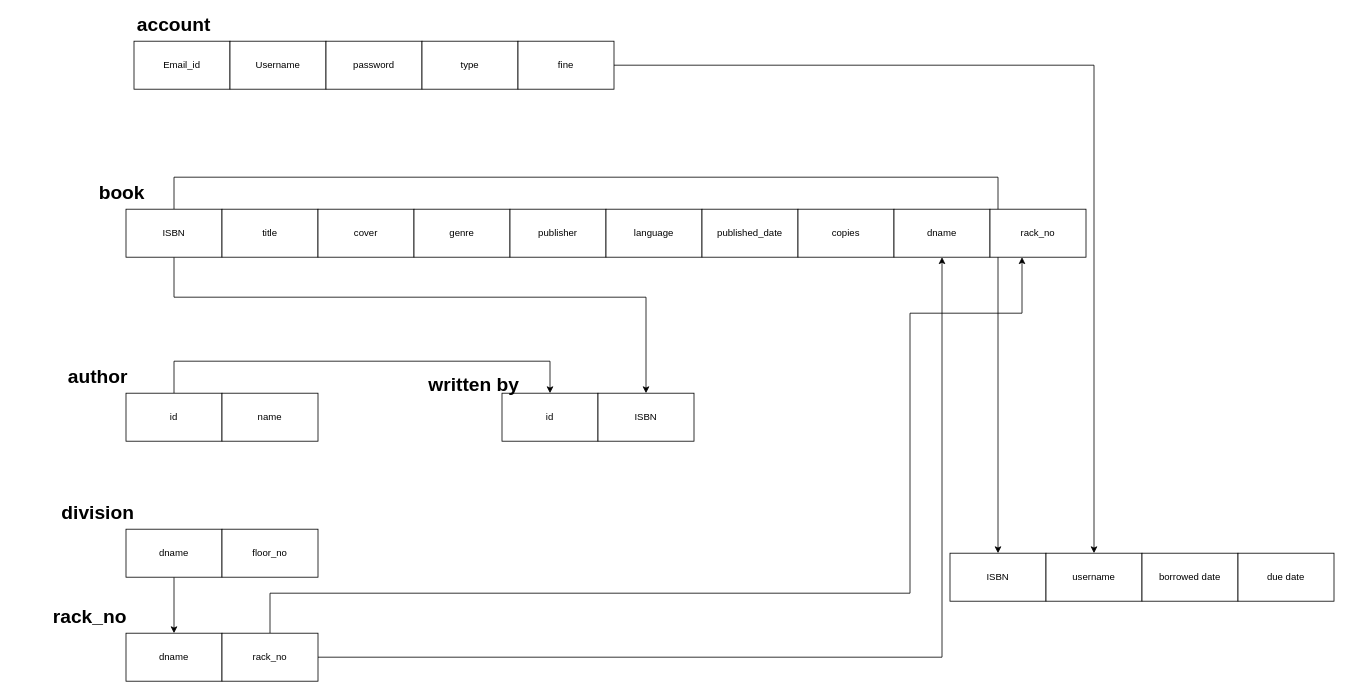
MuhammadIrfan92/Database-Engineering-Semester-7 keeps this draw.io diagram as RS.drawio. Above is the earlier version. Source tidied: cells renumbered, new cells numbered last; positions are measured from the earlier drawing's top-left corner, leaving out a move shared by most shapes. Both pictures are drawn from the tidied source at 80%, with x=0, y=0 at pixel (14, 17).
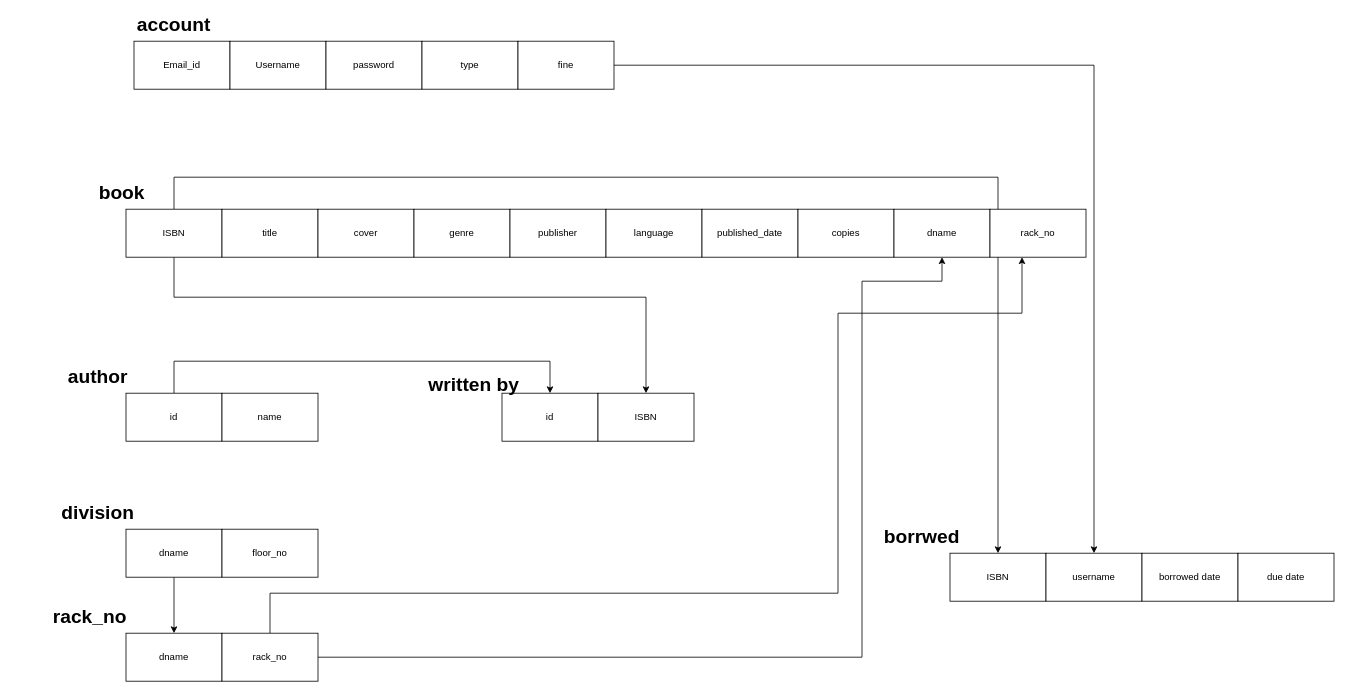
After the change.

Unchanged cells that the change refers to:
```xml
<mxCell id="25" value="dname" style="rounded=0;whiteSpace=wrap;html=1;" parent="1" vertex="1">
  <mxGeometry x="140" y="770" width="120" height="60" as="geometry" />
</mxCell>
<mxCell id="27" value="rack_no" style="rounded=0;whiteSpace=wrap;html=1;" parent="1" vertex="1">
  <mxGeometry x="260" y="770" width="120" height="60" as="geometry" />
</mxCell>
<mxCell id="30" value="dname" style="rounded=0;whiteSpace=wrap;html=1;" parent="1" vertex="1">
  <mxGeometry x="1100" y="240" width="120" height="60" as="geometry" />
</mxCell>
```

Change to the diagram source:
```diff
@@
     <mxCell id="24" style="edgeStyle=orthogonalEdgeStyle;rounded=0;jettySize=auto;html=1;" parent="1" edge="1" source="25" target="30">
-      <mxGeometry relative="1" as="geometry" />
+      <mxGeometry relative="1" as="geometry">
+        <Array as="points">
+          <mxPoint x="1060" y="800" />
+          <mxPoint x="1060" y="330" />
+          <mxPoint x="1160" y="330" />
+        </Array>
+      </mxGeometry>
     </mxCell>
@@
     <mxCell id="26" style="edgeStyle=orthogonalEdgeStyle;rounded=0;jettySize=auto;html=1;" parent="1" edge="1" source="27">
       <mxGeometry relative="1" as="geometry">
         <mxPoint x="1260" y="300" as="targetPoint" />
         <Array as="points">
           <mxPoint x="320" y="720" />
-          <mxPoint x="1120" y="720" />
-          <mxPoint x="1120" y="370" />
+          <mxPoint x="1030" y="720" />
+          <mxPoint x="1030" y="370" />
           <mxPoint x="1260" y="370" />
         </Array>
       </mxGeometry>
     </mxCell>
@@
+    <mxCell id="42" value="&lt;span style=&quot;font-size: 24px&quot;&gt;&lt;b&gt;borrwed&lt;/b&gt;&lt;/span&gt;" style="text;html=1;strokeColor=none;fillColor=none;align=center;verticalAlign=middle;whiteSpace=wrap;rounded=0;" parent="1" vertex="1">
+      <mxGeometry x="1040" y="640" width="190" height="20" as="geometry" />
+    </mxCell>
```
